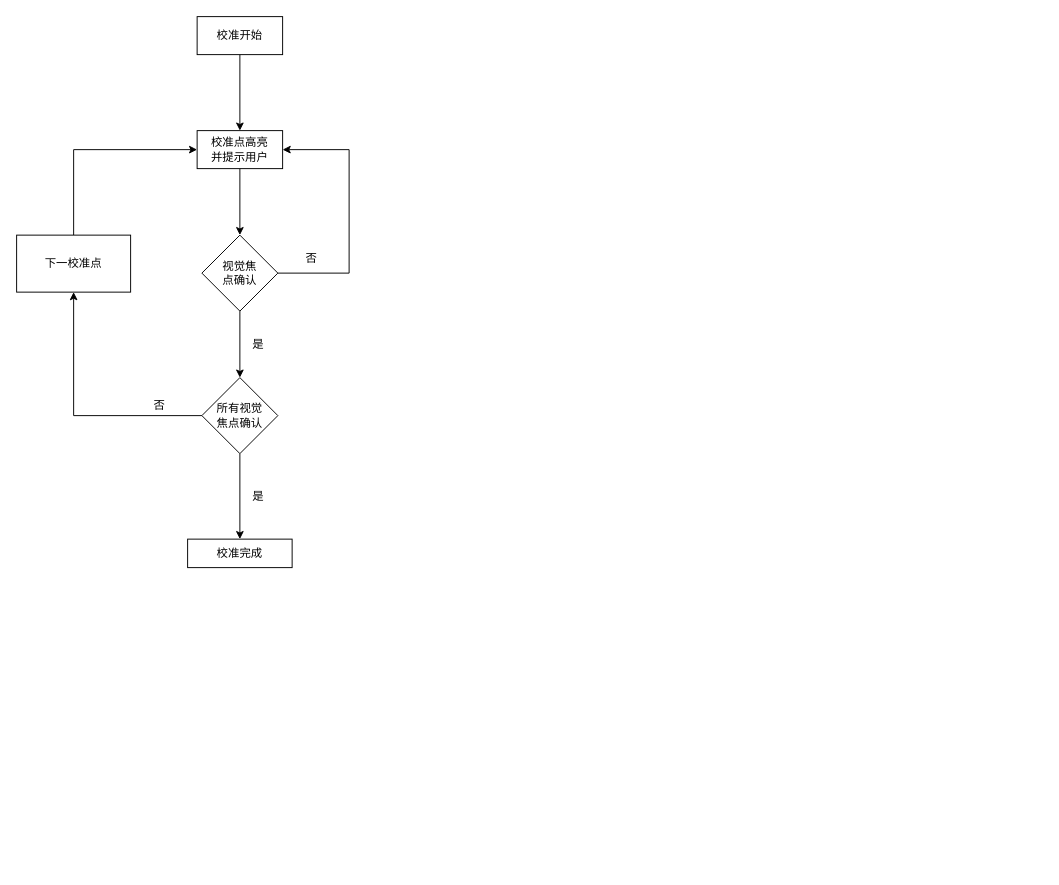
jyrnan/Diagram keeps this draw.io diagram as page "第 1 页" (1 of 2) of FocusNavigation.drawio. Above is the earlier version. Source tidied: cells renumbered, new cells numbered last; positions are measured from the earlier drawing's top-left corner, leaving out a move shared by most shapes. Both pictures are drawn from the tidied source at 95%, with x=0, y=0 at pixel (16, 16).
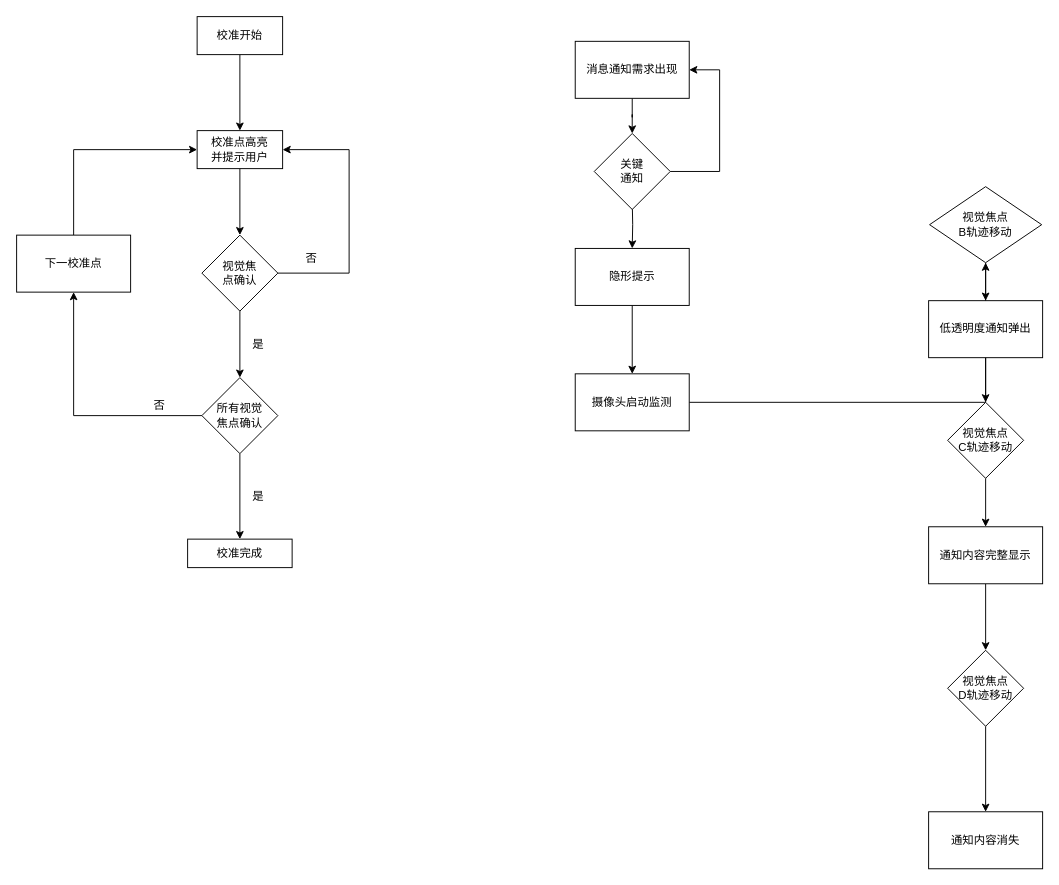
Above is the later version.

Change to the diagram source:
```diff
@@
+    <mxCell id="19" style="edgeStyle=orthogonalEdgeStyle;rounded=0;jettySize=auto;html=1;" parent="1" edge="1" source="20" target="23">
+      <mxGeometry relative="1" as="geometry" />
+    </mxCell>
+    <mxCell id="20" value="消息通知需求出现" style="rounded=0;whiteSpace=wrap;html=1;" parent="1" vertex="1">
+      <mxGeometry x="588" y="26" width="120" height="60" as="geometry" />
+    </mxCell>
+    <mxCell id="21" style="edgeStyle=orthogonalEdgeStyle;rounded=0;jettySize=auto;html=1;" parent="1" edge="1" target="25">
+      <mxGeometry relative="1" as="geometry">
+        <mxPoint x="648" y="193" as="sourcePoint" />
+      </mxGeometry>
+    </mxCell>
+    <mxCell id="22" style="edgeStyle=orthogonalEdgeStyle;rounded=0;jettySize=auto;html=1;exitX=1;exitY=0.5;exitDx=0;exitDy=0;entryX=1;entryY=0.5;entryDx=0;entryDy=0;" parent="1" edge="1" source="23" target="20">
+      <mxGeometry relative="1" as="geometry">
+        <Array as="points">
+          <mxPoint x="740" y="163" />
+          <mxPoint x="740" y="56" />
+        </Array>
+      </mxGeometry>
+    </mxCell>
+    <mxCell id="23" value="关键&lt;br&gt;通知" style="rhombus;whiteSpace=wrap;html=1;rounded=0;" parent="1" vertex="1">
+      <mxGeometry x="608" y="123" width="80" height="80" as="geometry" />
+    </mxCell>
+    <mxCell id="24" style="edgeStyle=orthogonalEdgeStyle;rounded=0;jettySize=auto;html=1;" parent="1" edge="1" source="25" target="27">
+      <mxGeometry relative="1" as="geometry" />
+    </mxCell>
+    <mxCell id="25" value="隐形提示" style="whiteSpace=wrap;html=1;rounded=0;" parent="1" vertex="1">
+      <mxGeometry x="588" y="244" width="120" height="60" as="geometry" />
+    </mxCell>
+    <mxCell id="26" style="edgeStyle=orthogonalEdgeStyle;rounded=0;jettySize=auto;html=1;" parent="1" edge="1" source="27" target="29">
+      <mxGeometry relative="1" as="geometry" />
+    </mxCell>
+    <mxCell id="27" value="摄像头启动监测" style="whiteSpace=wrap;html=1;rounded=0;" parent="1" vertex="1">
+      <mxGeometry x="588" y="376" width="120" height="60" as="geometry" />
+    </mxCell>
+    <mxCell id="28" style="edgeStyle=orthogonalEdgeStyle;rounded=0;jettySize=auto;html=1;" parent="1" edge="1" source="29" target="31">
+      <mxGeometry relative="1" as="geometry" />
+    </mxCell>
+    <mxCell id="29" value="视觉焦点&lt;br&gt;B轨迹移动" style="rhombus;whiteSpace=wrap;html=1;rounded=0;" parent="1" vertex="1">
+      <mxGeometry x="961" y="179" width="118" height="80" as="geometry" />
+    </mxCell>
+    <mxCell id="30" style="edgeStyle=orthogonalEdgeStyle;rounded=0;jettySize=auto;html=1;" parent="1" edge="1" source="31" target="33">
+      <mxGeometry relative="1" as="geometry" />
+    </mxCell>
+    <mxCell id="31" value="低透明度通知弹出" style="whiteSpace=wrap;html=1;rounded=0;" parent="1" vertex="1">
+      <mxGeometry x="960" y="299" width="120" height="60" as="geometry" />
+    </mxCell>
+    <mxCell id="32" style="edgeStyle=orthogonalEdgeStyle;rounded=0;jettySize=auto;html=1;" parent="1" edge="1" source="33" target="35">
+      <mxGeometry relative="1" as="geometry" />
+    </mxCell>
+    <mxCell id="33" value="视觉焦点&lt;br&gt;C轨迹移动" style="rhombus;whiteSpace=wrap;html=1;rounded=0;" parent="1" vertex="1">
+      <mxGeometry x="980" y="406" width="80" height="80" as="geometry" />
+    </mxCell>
+    <mxCell id="34" style="edgeStyle=orthogonalEdgeStyle;rounded=0;jettySize=auto;html=1;" parent="1" edge="1" source="35" target="37">
+      <mxGeometry relative="1" as="geometry" />
+    </mxCell>
+    <mxCell id="35" value="通知内容完整显示" style="whiteSpace=wrap;html=1;rounded=0;" parent="1" vertex="1">
+      <mxGeometry x="960" y="537" width="120" height="60" as="geometry" />
+    </mxCell>
+    <mxCell id="36" style="edgeStyle=orthogonalEdgeStyle;rounded=0;jettySize=auto;html=1;" parent="1" edge="1" source="37" target="38">
+      <mxGeometry relative="1" as="geometry" />
+    </mxCell>
+    <mxCell id="37" value="视觉焦点&lt;br&gt;D轨迹移动" style="rhombus;whiteSpace=wrap;html=1;rounded=0;" parent="1" vertex="1">
+      <mxGeometry x="980" y="667" width="80" height="80" as="geometry" />
+    </mxCell>
+    <mxCell id="38" value="通知内容消失" style="whiteSpace=wrap;html=1;rounded=0;" parent="1" vertex="1">
+      <mxGeometry x="960" y="837" width="120" height="60" as="geometry" />
+    </mxCell>
```
